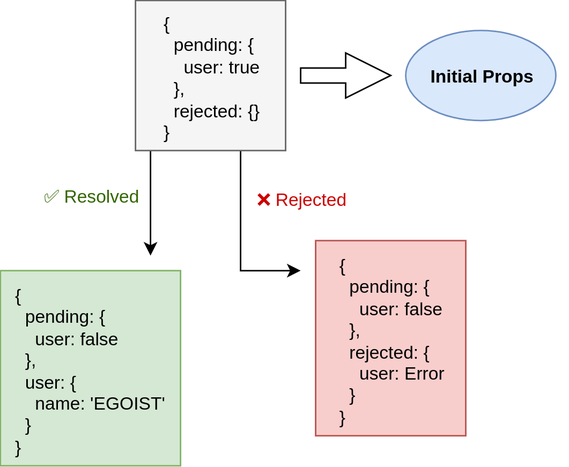
The draw.io diagram media/wired.svg in egoist/vue-wired, before a commit. Source tidied: cells renumbered, new cells last; positions are measured from the earlier drawing's top-left corner, leaving out a move shared by most shapes.
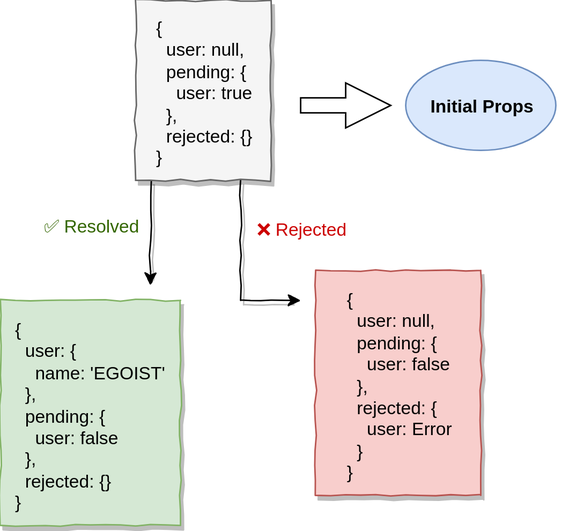
Above is the later version.

Diff of the diagram source:
```diff
@@ -2,13 +2,13 @@
   <root>
     <mxCell id="0" />
     <mxCell id="1" parent="0" />
-    <mxCell id="2" style="edgeStyle=orthogonalEdgeStyle;rounded=0;html=1;jettySize=auto;orthogonalLoop=1;shape=arrow;" parent="1" edge="1">
+    <mxCell id="2" style="edgeStyle=orthogonalEdgeStyle;rounded=0;html=1;jettySize=auto;orthogonalLoop=1;shape=arrow;shadow=0;" parent="1" edge="1">
       <mxGeometry relative="1" as="geometry">
         <mxPoint x="200" y="50" as="sourcePoint" />
         <mxPoint x="260" y="50" as="targetPoint" />
       </mxGeometry>
     </mxCell>
-    <mxCell id="3" style="edgeStyle=elbowEdgeStyle;rounded=0;html=1;jettySize=auto;" parent="1" edge="1" source="5">
+    <mxCell id="3" style="edgeStyle=elbowEdgeStyle;rounded=0;html=1;jettySize=auto;comic=1;shadow=1;" parent="1" edge="1" source="5">
       <mxGeometry relative="1" as="geometry">
         <mxPoint x="100" y="170" as="targetPoint" />
         <Array as="points">
@@ -16,7 +16,7 @@
         </Array>
       </mxGeometry>
     </mxCell>
-    <mxCell id="4" style="edgeStyle=elbowEdgeStyle;rounded=0;html=1;jettySize=auto;" parent="1" edge="1" source="5">
+    <mxCell id="4" style="edgeStyle=elbowEdgeStyle;rounded=0;html=1;jettySize=auto;comic=1;shadow=1;" parent="1" edge="1" source="5">
       <mxGeometry relative="1" as="geometry">
         <mxPoint x="200" y="180" as="targetPoint" />
         <Array as="points">
@@ -24,22 +24,22 @@
         </Array>
       </mxGeometry>
     </mxCell>
-    <mxCell id="5" value="&lt;div style=&quot;text-align: left&quot;&gt;&lt;span&gt;{&lt;/span&gt;&lt;/div&gt;&lt;div style=&quot;text-align: left&quot;&gt;&lt;span&gt;&amp;nbsp; pending: {&lt;/span&gt;&lt;/div&gt;&lt;div style=&quot;text-align: left&quot;&gt;&lt;span&gt;&amp;nbsp; &amp;nbsp; user: true&lt;/span&gt;&lt;/div&gt;&lt;div style=&quot;text-align: left&quot;&gt;&lt;span&gt;&amp;nbsp; },&lt;/span&gt;&lt;/div&gt;&lt;div style=&quot;text-align: left&quot;&gt;&lt;span&gt;&amp;nbsp; rejected: {}&lt;/span&gt;&lt;/div&gt;&lt;div style=&quot;text-align: left&quot;&gt;&lt;span&gt;}&lt;/span&gt;&lt;/div&gt;" style="rounded=0;whiteSpace=wrap;html=1;fillColor=#f5f5f5;strokeColor=#666666;" parent="1" vertex="1">
-      <mxGeometry x="90" width="100" height="100" as="geometry" />
+    <mxCell id="5" value="&lt;div style=&quot;text-align: left&quot;&gt;&lt;span&gt;{&lt;/span&gt;&lt;/div&gt;&lt;div style=&quot;text-align: left&quot;&gt;&lt;span&gt;&amp;nbsp; user: null,&lt;/span&gt;&lt;/div&gt;&lt;div style=&quot;text-align: left&quot;&gt;&lt;span&gt;&amp;nbsp; pending: {&lt;/span&gt;&lt;/div&gt;&lt;div style=&quot;text-align: left&quot;&gt;&lt;span&gt;&amp;nbsp; &amp;nbsp; user: true&lt;/span&gt;&lt;/div&gt;&lt;div style=&quot;text-align: left&quot;&gt;&lt;span&gt;&amp;nbsp; },&lt;/span&gt;&lt;/div&gt;&lt;div style=&quot;text-align: left&quot;&gt;&lt;span&gt;&amp;nbsp; rejected: {}&lt;/span&gt;&lt;/div&gt;&lt;div style=&quot;text-align: left&quot;&gt;&lt;span&gt;}&lt;/span&gt;&lt;/div&gt;" style="rounded=0;whiteSpace=wrap;html=1;fillColor=#f5f5f5;strokeColor=#666666;comic=1;shadow=1;" parent="1" vertex="1">
+      <mxGeometry x="90" y="-20" width="90" height="120" as="geometry" />
     </mxCell>
     <mxCell id="6" value="&lt;b&gt;Initial Props&lt;/b&gt;" style="ellipse;whiteSpace=wrap;html=1;fillColor=#dae8fc;strokeColor=#6c8ebf;" parent="1" vertex="1">
       <mxGeometry x="270" y="20" width="100" height="60" as="geometry" />
     </mxCell>
-    <mxCell id="7" value="&lt;div style=&quot;text-align: left&quot;&gt;&lt;span&gt;{&lt;/span&gt;&lt;/div&gt;&lt;div style=&quot;text-align: left&quot;&gt;&amp;nbsp; pending: {&lt;/div&gt;&lt;div style=&quot;text-align: left&quot;&gt;&amp;nbsp; &amp;nbsp; user: false&lt;/div&gt;&lt;div style=&quot;text-align: left&quot;&gt;&amp;nbsp; },&lt;/div&gt;&lt;div style=&quot;text-align: left&quot;&gt;&amp;nbsp; user: {&lt;/div&gt;&lt;div style=&quot;text-align: left&quot;&gt;&amp;nbsp; &amp;nbsp; name: 'EGOIST'&lt;/div&gt;&lt;div style=&quot;text-align: left&quot;&gt;&amp;nbsp; }&lt;/div&gt;&lt;div style=&quot;text-align: left&quot;&gt;}&lt;/div&gt;" style="rounded=0;whiteSpace=wrap;html=1;fillColor=#d5e8d4;strokeColor=#82b366;" parent="1" vertex="1">
-      <mxGeometry y="180" width="120" height="130" as="geometry" />
+    <mxCell id="7" value="&lt;div style=&quot;text-align: left&quot;&gt;{&lt;/div&gt;&lt;div style=&quot;text-align: left&quot;&gt;&amp;nbsp; user: {&lt;/div&gt;&lt;div style=&quot;text-align: left&quot;&gt;&amp;nbsp; &amp;nbsp; name: 'EGOIST'&lt;/div&gt;&lt;div style=&quot;text-align: left&quot;&gt;&amp;nbsp; },&lt;/div&gt;&lt;div style=&quot;text-align: left&quot;&gt;&amp;nbsp; pending: {&lt;/div&gt;&lt;div style=&quot;text-align: left&quot;&gt;&amp;nbsp; &amp;nbsp; user: false&lt;/div&gt;&lt;div style=&quot;text-align: left&quot;&gt;&amp;nbsp; },&lt;/div&gt;&lt;div style=&quot;text-align: left&quot;&gt;&amp;nbsp; rejected: {}&lt;/div&gt;&lt;div style=&quot;text-align: left&quot;&gt;}&lt;/div&gt;" style="rounded=0;whiteSpace=wrap;html=1;fillColor=#d5e8d4;strokeColor=#82b366;comic=1;shadow=1;" parent="1" vertex="1">
+      <mxGeometry y="180" width="120" height="150" as="geometry" />
     </mxCell>
-    <mxCell id="8" value="&lt;div style=&quot;text-align: left&quot;&gt;{&lt;/div&gt;&lt;div style=&quot;text-align: left&quot;&gt;&amp;nbsp; pending: {&lt;/div&gt;&lt;div style=&quot;text-align: left&quot;&gt;&amp;nbsp; &amp;nbsp; user: false&lt;/div&gt;&lt;div style=&quot;text-align: left&quot;&gt;&amp;nbsp; },&lt;/div&gt;&lt;div style=&quot;text-align: left&quot;&gt;&amp;nbsp; rejected: {&lt;/div&gt;&lt;div style=&quot;text-align: left&quot;&gt;&amp;nbsp; &amp;nbsp; user: Error&lt;/div&gt;&lt;div style=&quot;text-align: left&quot;&gt;&amp;nbsp; }&lt;/div&gt;&lt;div style=&quot;text-align: left&quot;&gt;}&lt;/div&gt;" style="rounded=0;whiteSpace=wrap;html=1;fillColor=#f8cecc;strokeColor=#b85450;" parent="1" vertex="1">
-      <mxGeometry x="210" y="160" width="100" height="130" as="geometry" />
+    <mxCell id="8" value="&lt;div style=&quot;text-align: left&quot;&gt;{&lt;/div&gt;&lt;div style=&quot;text-align: left&quot;&gt;&amp;nbsp; user: null,&lt;/div&gt;&lt;div style=&quot;text-align: left&quot;&gt;&amp;nbsp; pending: {&lt;/div&gt;&lt;div style=&quot;text-align: left&quot;&gt;&amp;nbsp; &amp;nbsp; user: false&lt;/div&gt;&lt;div style=&quot;text-align: left&quot;&gt;&amp;nbsp; },&lt;/div&gt;&lt;div style=&quot;text-align: left&quot;&gt;&amp;nbsp; rejected: {&lt;/div&gt;&lt;div style=&quot;text-align: left&quot;&gt;&amp;nbsp; &amp;nbsp; user: Error&lt;/div&gt;&lt;div style=&quot;text-align: left&quot;&gt;&amp;nbsp; }&lt;/div&gt;&lt;div style=&quot;text-align: left&quot;&gt;}&lt;/div&gt;" style="rounded=0;whiteSpace=wrap;html=1;fillColor=#f8cecc;strokeColor=#b85450;comic=1;shadow=1;" parent="1" vertex="1">
+      <mxGeometry x="210" y="160" width="110" height="150" as="geometry" />
     </mxCell>
     <mxCell id="9" value="&lt;font color=&quot;#336600&quot;&gt;✅ Resolved&lt;/font&gt;" style="text;html=1;strokeColor=none;fillColor=none;align=center;verticalAlign=middle;whiteSpace=wrap;" parent="1" vertex="1">
       <mxGeometry x="21" y="120" width="80" height="20" as="geometry" />
     </mxCell>
-    <mxCell id="10" value="&lt;font color=&quot;#cc0000&quot;&gt;❌ Rejected&lt;/font&gt;" style="text;html=1;strokeColor=none;fillColor=none;align=center;verticalAlign=middle;whiteSpace=wrap;" parent="1" vertex="1">
+    <mxCell id="10" value="&lt;font color=&quot;#cc0000&quot;&gt;❌ Rejected&lt;/font&gt;" style="text;html=1;strokeColor=none;fillColor=none;align=center;verticalAlign=middle;whiteSpace=wrap;comic=0;shadow=0;glass=0;rounded=0;" parent="1" vertex="1">
       <mxGeometry x="160" y="122" width="80" height="20" as="geometry" />
     </mxCell>
     <mxCell id="11" style="edgeStyle=elbowEdgeStyle;rounded=0;html=1;exitX=1;exitY=0.5;entryX=1;entryY=0.5;jettySize=auto;orthogonalLoop=1;" parent="1" edge="1" source="6" target="6">
```
